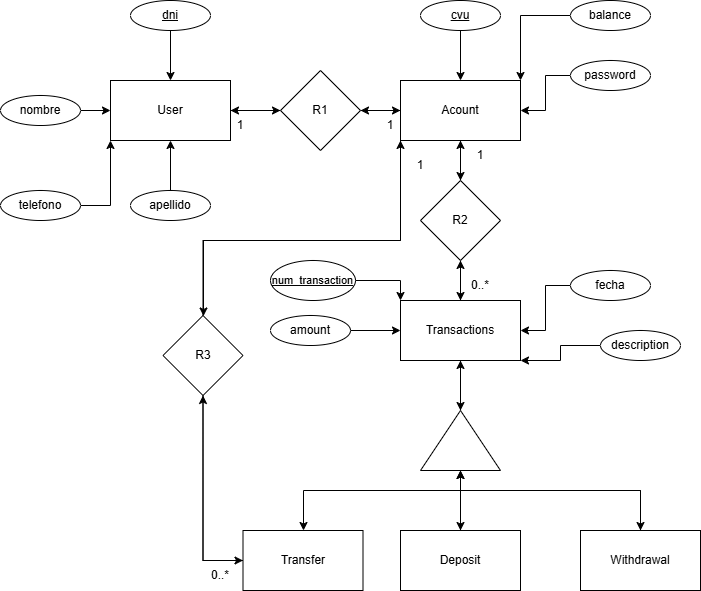
Above: DiagramaE-R.png in joako-code/proyecto-taller (draw.io), before the change. Source tidied: cells renumbered, new cells last; positions are measured from the earlier drawing's top-left corner, leaving out a move shared by most shapes. The source it was exported from:
```xml
<mxGraphModel>
  <root>
    <mxCell id="0" />
    <mxCell id="1" parent="0" />
    <mxCell id="2" style="edgeStyle=orthogonalEdgeStyle;rounded=0;jettySize=auto;html=1;exitX=1;exitY=0.5;exitDx=0;exitDy=0;" parent="1" edge="1" source="3" target="10">
      <mxGeometry relative="1" as="geometry" />
    </mxCell>
    <mxCell id="3" value="User" style="rounded=0;whiteSpace=wrap;html=1;" parent="1" vertex="1">
      <mxGeometry x="110" y="80" width="120" height="60" as="geometry" />
    </mxCell>
    <mxCell id="4" style="edgeStyle=orthogonalEdgeStyle;rounded=0;jettySize=auto;html=1;" parent="1" edge="1" source="7" target="10">
      <mxGeometry relative="1" as="geometry" />
    </mxCell>
    <mxCell id="5" style="edgeStyle=orthogonalEdgeStyle;rounded=0;jettySize=auto;html=1;" parent="1" edge="1" source="7" target="16">
      <mxGeometry relative="1" as="geometry" />
    </mxCell>
    <mxCell id="6" style="edgeStyle=orthogonalEdgeStyle;rounded=0;jettySize=auto;html=1;" parent="1" edge="1" source="7" target="52">
      <mxGeometry relative="1" as="geometry">
        <Array as="points">
          <mxPoint x="400" y="240" />
          <mxPoint x="203" y="240" />
        </Array>
      </mxGeometry>
    </mxCell>
    <mxCell id="7" value="Acount" style="rounded=0;whiteSpace=wrap;html=1;" parent="1" vertex="1">
      <mxGeometry x="400" y="80" width="120" height="60" as="geometry" />
    </mxCell>
    <mxCell id="8" style="edgeStyle=orthogonalEdgeStyle;rounded=0;jettySize=auto;html=1;" parent="1" edge="1" source="10" target="3">
      <mxGeometry relative="1" as="geometry" />
    </mxCell>
    <mxCell id="9" style="edgeStyle=orthogonalEdgeStyle;rounded=0;jettySize=auto;html=1;" parent="1" edge="1" source="10" target="7">
      <mxGeometry relative="1" as="geometry" />
    </mxCell>
    <mxCell id="10" value="R1" style="rhombus;whiteSpace=wrap;html=1;" parent="1" vertex="1">
      <mxGeometry x="280" y="70" width="80" height="80" as="geometry" />
    </mxCell>
    <mxCell id="11" style="edgeStyle=orthogonalEdgeStyle;rounded=0;jettySize=auto;html=1;" parent="1" edge="1" source="13" target="16">
      <mxGeometry relative="1" as="geometry" />
    </mxCell>
    <mxCell id="12" style="edgeStyle=orthogonalEdgeStyle;rounded=0;jettySize=auto;html=1;entryX=1;entryY=0.5;entryDx=0;entryDy=0;" parent="1" edge="1" source="13" target="43">
      <mxGeometry relative="1" as="geometry" />
    </mxCell>
    <mxCell id="13" value="Transactions" style="rounded=0;whiteSpace=wrap;html=1;" parent="1" vertex="1">
      <mxGeometry x="400" y="300" width="120" height="60" as="geometry" />
    </mxCell>
    <mxCell id="14" style="edgeStyle=orthogonalEdgeStyle;rounded=0;jettySize=auto;html=1;" parent="1" edge="1" source="16" target="7">
      <mxGeometry relative="1" as="geometry" />
    </mxCell>
    <mxCell id="15" style="edgeStyle=orthogonalEdgeStyle;rounded=0;jettySize=auto;html=1;" parent="1" edge="1" source="16" target="13">
      <mxGeometry relative="1" as="geometry" />
    </mxCell>
    <mxCell id="16" value="R2" style="rhombus;whiteSpace=wrap;html=1;" parent="1" vertex="1">
      <mxGeometry x="420" y="180" width="80" height="80" as="geometry" />
    </mxCell>
    <mxCell id="17" style="edgeStyle=orthogonalEdgeStyle;rounded=0;jettySize=auto;html=1;" parent="1" edge="1" source="18" target="3">
      <mxGeometry relative="1" as="geometry" />
    </mxCell>
    <mxCell id="18" value="nombre" style="ellipse;whiteSpace=wrap;html=1;" parent="1" vertex="1">
      <mxGeometry y="95" width="80" height="30" as="geometry" />
    </mxCell>
    <mxCell id="19" style="edgeStyle=orthogonalEdgeStyle;rounded=0;jettySize=auto;html=1;" parent="1" edge="1" source="20" target="3">
      <mxGeometry relative="1" as="geometry" />
    </mxCell>
    <mxCell id="20" value="&lt;u&gt;dni&lt;/u&gt;" style="ellipse;whiteSpace=wrap;html=1;" parent="1" vertex="1">
      <mxGeometry x="130" width="80" height="30" as="geometry" />
    </mxCell>
    <mxCell id="21" style="edgeStyle=orthogonalEdgeStyle;rounded=0;jettySize=auto;html=1;entryX=0;entryY=1;entryDx=0;entryDy=0;" parent="1" edge="1" source="22" target="3">
      <mxGeometry relative="1" as="geometry" />
    </mxCell>
    <mxCell id="22" value="telefono" style="ellipse;whiteSpace=wrap;html=1;" parent="1" vertex="1">
      <mxGeometry y="190" width="80" height="30" as="geometry" />
    </mxCell>
    <mxCell id="23" style="edgeStyle=orthogonalEdgeStyle;rounded=0;jettySize=auto;html=1;" parent="1" edge="1" source="24" target="3">
      <mxGeometry relative="1" as="geometry" />
    </mxCell>
    <mxCell id="24" value="apellido" style="ellipse;whiteSpace=wrap;html=1;" parent="1" vertex="1">
      <mxGeometry x="130" y="190" width="80" height="30" as="geometry" />
    </mxCell>
    <mxCell id="25" style="edgeStyle=orthogonalEdgeStyle;rounded=0;jettySize=auto;html=1;" parent="1" edge="1" source="26" target="7">
      <mxGeometry relative="1" as="geometry" />
    </mxCell>
    <mxCell id="26" value="&lt;u&gt;cvu&lt;/u&gt;" style="ellipse;whiteSpace=wrap;html=1;" parent="1" vertex="1">
      <mxGeometry x="420" width="80" height="30" as="geometry" />
    </mxCell>
    <mxCell id="27" style="edgeStyle=orthogonalEdgeStyle;rounded=0;jettySize=auto;html=1;entryX=1;entryY=0;entryDx=0;entryDy=0;" parent="1" edge="1" source="28" target="7">
      <mxGeometry relative="1" as="geometry" />
    </mxCell>
    <mxCell id="28" value="balance" style="ellipse;whiteSpace=wrap;html=1;" parent="1" vertex="1">
      <mxGeometry x="570" width="80" height="30" as="geometry" />
    </mxCell>
    <mxCell id="29" style="edgeStyle=orthogonalEdgeStyle;rounded=0;jettySize=auto;html=1;" parent="1" edge="1" source="30" target="7">
      <mxGeometry relative="1" as="geometry" />
    </mxCell>
    <mxCell id="30" value="password" style="ellipse;whiteSpace=wrap;html=1;" parent="1" vertex="1">
      <mxGeometry x="570" y="60" width="80" height="30" as="geometry" />
    </mxCell>
    <mxCell id="31" style="edgeStyle=orthogonalEdgeStyle;rounded=0;jettySize=auto;html=1;entryX=1;entryY=0.5;entryDx=0;entryDy=0;" parent="1" edge="1" source="32" target="13">
      <mxGeometry relative="1" as="geometry" />
    </mxCell>
    <mxCell id="32" value="fecha" style="ellipse;whiteSpace=wrap;html=1;" parent="1" vertex="1">
      <mxGeometry x="570" y="270" width="80" height="30" as="geometry" />
    </mxCell>
    <mxCell id="33" style="edgeStyle=orthogonalEdgeStyle;rounded=0;jettySize=auto;html=1;entryX=1;entryY=1;entryDx=0;entryDy=0;" parent="1" edge="1" source="34" target="13">
      <mxGeometry relative="1" as="geometry">
        <Array as="points">
          <mxPoint x="560" y="345" />
          <mxPoint x="560" y="360" />
        </Array>
      </mxGeometry>
    </mxCell>
    <mxCell id="34" value="description" style="ellipse;whiteSpace=wrap;html=1;" parent="1" vertex="1">
      <mxGeometry x="600" y="330" width="80" height="30" as="geometry" />
    </mxCell>
    <mxCell id="35" style="edgeStyle=orthogonalEdgeStyle;rounded=0;jettySize=auto;html=1;" parent="1" edge="1" source="36" target="13">
      <mxGeometry relative="1" as="geometry" />
    </mxCell>
    <mxCell id="36" value="amount" style="ellipse;whiteSpace=wrap;html=1;" parent="1" vertex="1">
      <mxGeometry x="270" y="315" width="80" height="30" as="geometry" />
    </mxCell>
    <mxCell id="37" style="edgeStyle=orthogonalEdgeStyle;rounded=0;jettySize=auto;html=1;entryX=0;entryY=0;entryDx=0;entryDy=0;" parent="1" edge="1" source="38" target="13">
      <mxGeometry relative="1" as="geometry" />
    </mxCell>
    <mxCell id="38" value="&lt;u&gt;&lt;font style=&quot;font-size: 11px;&quot;&gt;num_transaction&lt;/font&gt;&lt;/u&gt;" style="ellipse;whiteSpace=wrap;html=1;" parent="1" vertex="1">
      <mxGeometry x="270" y="260" width="85" height="40" as="geometry" />
    </mxCell>
    <mxCell id="39" style="edgeStyle=orthogonalEdgeStyle;rounded=0;jettySize=auto;html=1;" parent="1" edge="1" source="43" target="45">
      <mxGeometry relative="1" as="geometry" />
    </mxCell>
    <mxCell id="40" style="edgeStyle=orthogonalEdgeStyle;rounded=0;jettySize=auto;html=1;" parent="1" edge="1" source="43" target="49">
      <mxGeometry relative="1" as="geometry">
        <Array as="points">
          <mxPoint x="460" y="490" />
          <mxPoint x="640" y="490" />
        </Array>
      </mxGeometry>
    </mxCell>
    <mxCell id="41" style="edgeStyle=orthogonalEdgeStyle;rounded=0;jettySize=auto;html=1;" parent="1" edge="1" source="43" target="47">
      <mxGeometry relative="1" as="geometry">
        <Array as="points">
          <mxPoint x="460" y="490" />
          <mxPoint x="303" y="490" />
        </Array>
      </mxGeometry>
    </mxCell>
    <mxCell id="42" style="edgeStyle=orthogonalEdgeStyle;rounded=0;jettySize=auto;html=1;" parent="1" edge="1" source="43" target="13">
      <mxGeometry relative="1" as="geometry" />
    </mxCell>
    <mxCell id="43" style="triangle;whiteSpace=wrap;html=1;rotation=-90;" parent="1" vertex="1">
      <mxGeometry x="430" y="400" width="60" height="80" as="geometry" />
    </mxCell>
    <mxCell id="44" style="edgeStyle=orthogonalEdgeStyle;rounded=0;jettySize=auto;html=1;" parent="1" edge="1" source="45" target="43">
      <mxGeometry relative="1" as="geometry" />
    </mxCell>
    <mxCell id="45" value="Deposit" style="rounded=0;whiteSpace=wrap;html=1;" parent="1" vertex="1">
      <mxGeometry x="400" y="530" width="120" height="60" as="geometry" />
    </mxCell>
    <mxCell id="46" style="edgeStyle=orthogonalEdgeStyle;rounded=0;jettySize=auto;html=1;entryX=0.5;entryY=1;entryDx=0;entryDy=0;" parent="1" edge="1" source="47" target="52">
      <mxGeometry relative="1" as="geometry">
        <Array as="points">
          <mxPoint x="203" y="560" />
        </Array>
      </mxGeometry>
    </mxCell>
    <mxCell id="47" value="Transfer" style="rounded=0;whiteSpace=wrap;html=1;" parent="1" vertex="1">
      <mxGeometry x="242.5" y="530" width="120" height="60" as="geometry" />
    </mxCell>
    <mxCell id="48" style="edgeStyle=orthogonalEdgeStyle;rounded=0;jettySize=auto;html=1;" parent="1" edge="1" source="49" target="43">
      <mxGeometry relative="1" as="geometry">
        <Array as="points">
          <mxPoint x="640" y="490" />
          <mxPoint x="460" y="490" />
        </Array>
      </mxGeometry>
    </mxCell>
    <mxCell id="49" value="Withdrawal" style="rounded=0;whiteSpace=wrap;html=1;" parent="1" vertex="1">
      <mxGeometry x="580" y="530" width="120" height="60" as="geometry" />
    </mxCell>
    <mxCell id="50" style="edgeStyle=orthogonalEdgeStyle;rounded=0;jettySize=auto;html=1;entryX=0;entryY=0.5;entryDx=0;entryDy=0;" parent="1" edge="1" source="52" target="47">
      <mxGeometry relative="1" as="geometry">
        <Array as="points">
          <mxPoint x="203" y="560" />
        </Array>
      </mxGeometry>
    </mxCell>
    <mxCell id="51" style="edgeStyle=orthogonalEdgeStyle;rounded=0;jettySize=auto;html=1;entryX=0;entryY=1;entryDx=0;entryDy=0;" parent="1" edge="1" source="52" target="7">
      <mxGeometry relative="1" as="geometry">
        <Array as="points">
          <mxPoint x="203" y="240" />
          <mxPoint x="400" y="240" />
        </Array>
      </mxGeometry>
    </mxCell>
    <mxCell id="52" value="R3" style="rhombus;whiteSpace=wrap;html=1;" parent="1" vertex="1">
      <mxGeometry x="162.5" y="315" width="80" height="80" as="geometry" />
    </mxCell>
    <mxCell id="53" value="1" style="text;html=1;align=center;verticalAlign=middle;whiteSpace=wrap;rounded=0;" parent="1" vertex="1">
      <mxGeometry x="210" y="110" width="60" height="30" as="geometry" />
    </mxCell>
    <mxCell id="54" value="1" style="text;html=1;align=center;verticalAlign=middle;whiteSpace=wrap;rounded=0;" parent="1" vertex="1">
      <mxGeometry x="360" y="110" width="60" height="30" as="geometry" />
    </mxCell>
    <mxCell id="55" value="1" style="text;html=1;align=center;verticalAlign=middle;whiteSpace=wrap;rounded=0;" parent="1" vertex="1">
      <mxGeometry x="450" y="140" width="60" height="30" as="geometry" />
    </mxCell>
    <mxCell id="56" value="0..*" style="text;html=1;align=center;verticalAlign=middle;whiteSpace=wrap;rounded=0;" parent="1" vertex="1">
      <mxGeometry x="450" y="270" width="60" height="30" as="geometry" />
    </mxCell>
    <mxCell id="57" value="1" style="text;html=1;align=center;verticalAlign=middle;whiteSpace=wrap;rounded=0;" parent="1" vertex="1">
      <mxGeometry x="390" y="150" width="60" height="30" as="geometry" />
    </mxCell>
    <mxCell id="58" value="0..*" style="text;html=1;align=center;verticalAlign=middle;whiteSpace=wrap;rounded=0;" parent="1" vertex="1">
      <mxGeometry x="190" y="560" width="60" height="30" as="geometry" />
    </mxCell>
  </root>
</mxGraphModel>
```
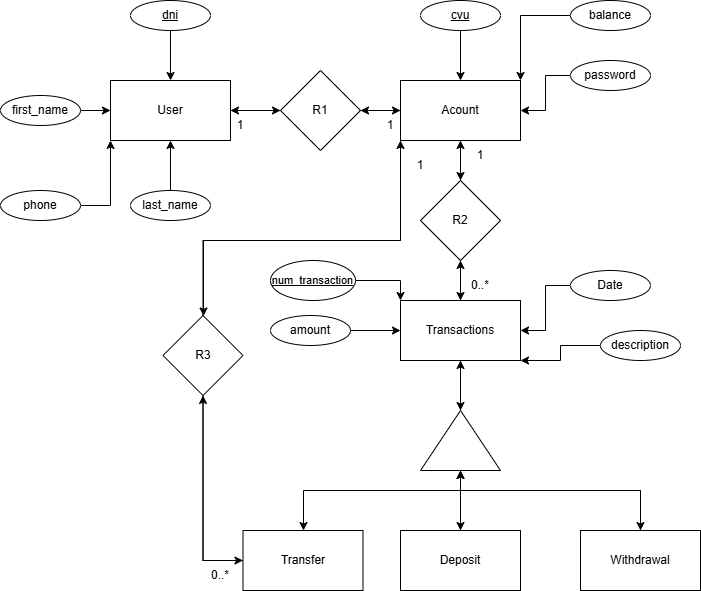
Later version of the same file.

Commit message:
Modificando diagrama E-R

What changed in the source:
```diff
@@ -1,4 +1,4 @@
-<mxGraphModel>
+<mxGraphModel background="light-dark(#FFFFFF,#575757)">
   <root>
     <mxCell id="0" />
     <mxCell id="1" parent="0" />
@@ -55,7 +55,7 @@
     <mxCell id="17" style="edgeStyle=orthogonalEdgeStyle;rounded=0;jettySize=auto;html=1;" parent="1" edge="1" source="18" target="3">
       <mxGeometry relative="1" as="geometry" />
     </mxCell>
-    <mxCell id="18" value="nombre" style="ellipse;whiteSpace=wrap;html=1;" parent="1" vertex="1">
+    <mxCell id="18" value="first_name" style="ellipse;whiteSpace=wrap;html=1;" parent="1" vertex="1">
       <mxGeometry y="95" width="80" height="30" as="geometry" />
     </mxCell>
     <mxCell id="19" style="edgeStyle=orthogonalEdgeStyle;rounded=0;jettySize=auto;html=1;" parent="1" edge="1" source="20" target="3">
@@ -67,13 +67,13 @@
     <mxCell id="21" style="edgeStyle=orthogonalEdgeStyle;rounded=0;jettySize=auto;html=1;entryX=0;entryY=1;entryDx=0;entryDy=0;" parent="1" edge="1" source="22" target="3">
       <mxGeometry relative="1" as="geometry" />
     </mxCell>
-    <mxCell id="22" value="telefono" style="ellipse;whiteSpace=wrap;html=1;" parent="1" vertex="1">
+    <mxCell id="22" value="phone" style="ellipse;whiteSpace=wrap;html=1;" parent="1" vertex="1">
       <mxGeometry y="190" width="80" height="30" as="geometry" />
     </mxCell>
     <mxCell id="23" style="edgeStyle=orthogonalEdgeStyle;rounded=0;jettySize=auto;html=1;" parent="1" edge="1" source="24" target="3">
       <mxGeometry relative="1" as="geometry" />
     </mxCell>
-    <mxCell id="24" value="apellido" style="ellipse;whiteSpace=wrap;html=1;" parent="1" vertex="1">
+    <mxCell id="24" value="last_name" style="ellipse;whiteSpace=wrap;html=1;" parent="1" vertex="1">
       <mxGeometry x="130" y="190" width="80" height="30" as="geometry" />
     </mxCell>
     <mxCell id="25" style="edgeStyle=orthogonalEdgeStyle;rounded=0;jettySize=auto;html=1;" parent="1" edge="1" source="26" target="7">
@@ -97,7 +97,7 @@
     <mxCell id="31" style="edgeStyle=orthogonalEdgeStyle;rounded=0;jettySize=auto;html=1;entryX=1;entryY=0.5;entryDx=0;entryDy=0;" parent="1" edge="1" source="32" target="13">
       <mxGeometry relative="1" as="geometry" />
     </mxCell>
-    <mxCell id="32" value="fecha" style="ellipse;whiteSpace=wrap;html=1;" parent="1" vertex="1">
+    <mxCell id="32" value="Date" style="ellipse;whiteSpace=wrap;html=1;" parent="1" vertex="1">
       <mxGeometry x="570" y="270" width="80" height="30" as="geometry" />
     </mxCell>
     <mxCell id="33" style="edgeStyle=orthogonalEdgeStyle;rounded=0;jettySize=auto;html=1;entryX=1;entryY=1;entryDx=0;entryDy=0;" parent="1" edge="1" source="34" target="13">
```
